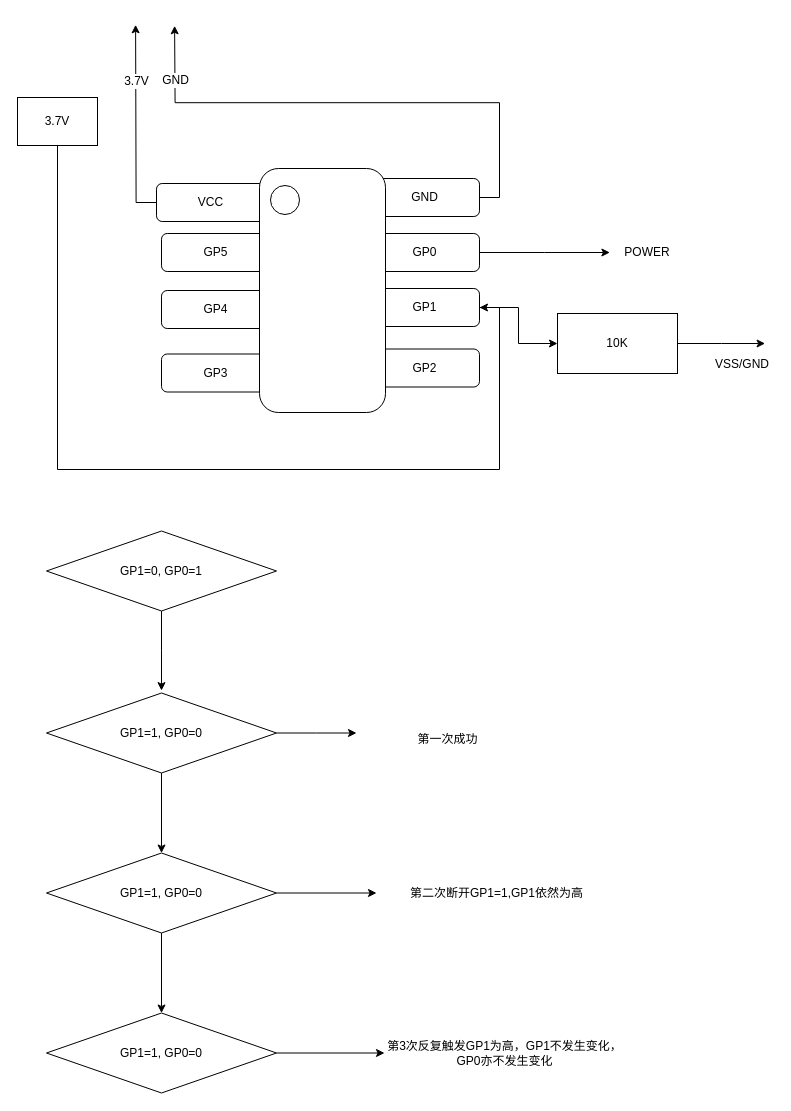
Above: 12f509logicgram_v6.drawio in svija/pubsub (draw.io), before the change. Source tidied: cells renumbered, new cells numbered last; positions are measured from the earlier drawing's top-left corner, leaving out a move shared by most shapes. Both pictures are drawn from the tidied source at 100%, with x=0, y=0 at pixel (17, 24).
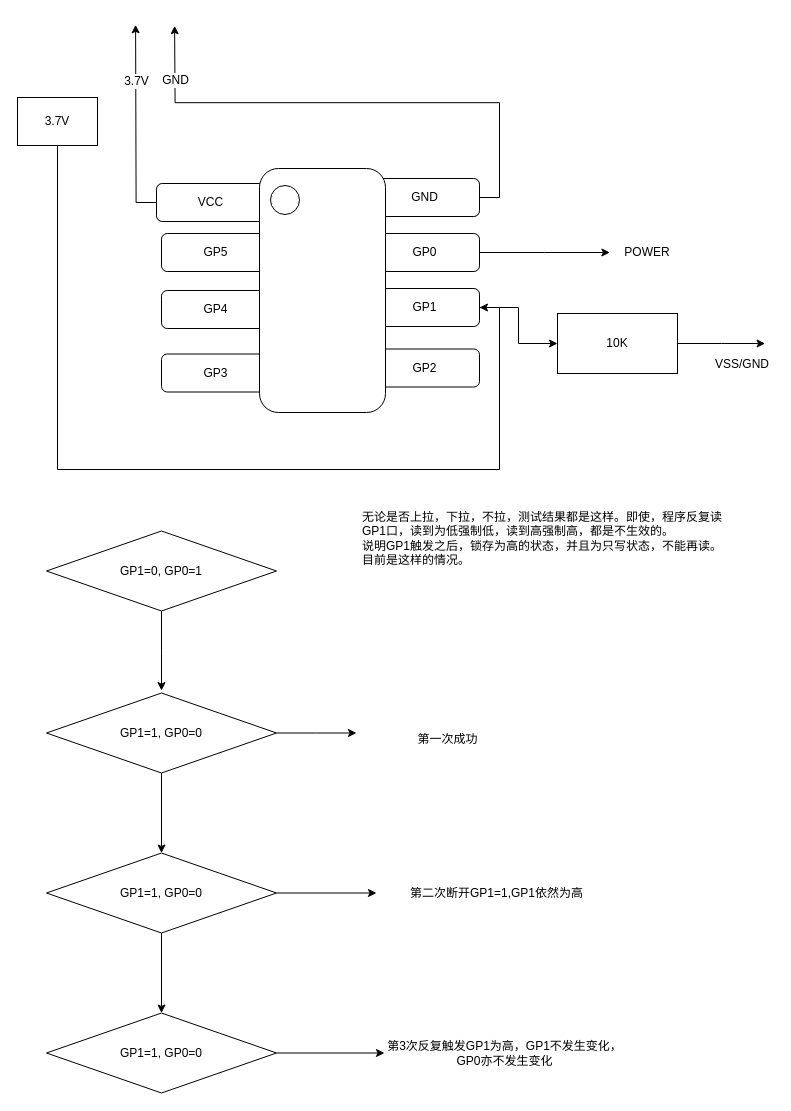
Above is the later version.

Diff of the diagram source:
```diff
@@
+    <mxCell id="37" value="无论是否上拉，下拉，不拉，测试结果都是这样。即使，程序反复读GP1口，读到为低强制低，读到高强制高，都是不生效的。&lt;br&gt;说明GP1触发之后，锁存为高的状态，并且为只写状态，不能再读。&lt;br&gt;目前是这样的情况。&lt;br&gt;" style="text;html=1;strokeColor=none;fillColor=none;align=left;verticalAlign=middle;whiteSpace=wrap;rounded=0;" parent="1" vertex="1">
+      <mxGeometry x="343" y="468.5" width="382" height="90" as="geometry" />
+    </mxCell>
```
